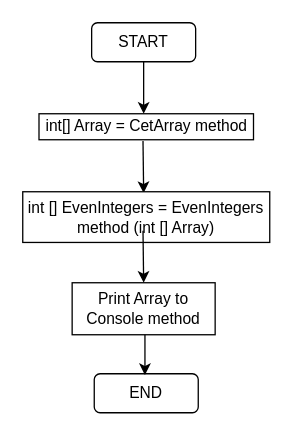
Before: 2021/BlockDiagram/Base_diagram.drawio in AbubakirovRA/FinalWork2021, a draw.io diagram. Source tidied: cells renumbered, new cells numbered last; positions are measured from the earlier drawing's top-left corner, leaving out a move shared by most shapes. Both pictures are drawn from the tidied source at 130%, with x=0, y=0 at pixel (22, 22).
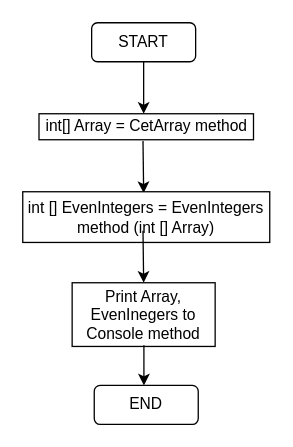
After the change.

Commit message (it also covers changes not shown here):
Add PrintArray_method diagram

What changed in the source:
```diff
@@
 <mxGraphModel>
   <root>
     <mxCell id="0" />
     <mxCell id="1" parent="0" />
     <mxCell id="2" value="START" style="rounded=1;whiteSpace=wrap;html=1;" parent="1" vertex="1">
       <mxGeometry x="53" width="80" height="30" as="geometry" />
     </mxCell>
     <mxCell id="3" style="endArrow=classic;html=1;exitX=0.5;exitY=1;exitDx=0;exitDy=0;" parent="1" edge="1" source="2">
       <mxGeometry relative="1" as="geometry">
         <mxPoint x="93" y="70" as="targetPoint" />
       </mxGeometry>
     </mxCell>
     <mxCell id="4" value="int[] Array = CetArray method" style="rounded=0;whiteSpace=wrap;html=1;" parent="1" vertex="1">
       <mxGeometry x="12.5" y="70" width="165" height="20" as="geometry" />
     </mxCell>
     <mxCell id="5" style="endArrow=classic;html=1;exitX=0.5;exitY=1;exitDx=0;exitDy=0;" parent="1" edge="1">
       <mxGeometry relative="1" as="geometry">
         <mxPoint x="92.5" y="91" as="sourcePoint" />
         <mxPoint x="92.5" y="131" as="targetPoint" />
         <Array as="points">
           <mxPoint x="93" y="131" />
         </Array>
       </mxGeometry>
     </mxCell>
     <mxCell id="6" value="int [] EvenIntegers = EvenIntegers method (int [] Array)" style="rounded=0;whiteSpace=wrap;html=1;" parent="1" vertex="1">
       <mxGeometry y="130" width="190" height="39" as="geometry" />
     </mxCell>
-    <mxCell id="7" value="Print Array to Console method" style="rounded=0;whiteSpace=wrap;html=1;" parent="1" vertex="1">
-      <mxGeometry x="38" y="200" width="110" height="40" as="geometry" />
+    <mxCell id="7" value="Print Array, EvenInegers to Console method" style="rounded=0;whiteSpace=wrap;html=1;" parent="1" vertex="1">
+      <mxGeometry x="38" y="200" width="110" height="49" as="geometry" />
     </mxCell>
     <mxCell id="8" style="endArrow=classic;html=1;exitX=0.5;exitY=1;exitDx=0;exitDy=0;" parent="1" edge="1">
       <mxGeometry relative="1" as="geometry">
         <mxPoint x="92.5" y="160" as="sourcePoint" />
         <mxPoint x="92.5" y="200" as="targetPoint" />
         <Array as="points">
           <mxPoint x="93" y="200" />
         </Array>
       </mxGeometry>
     </mxCell>
     <mxCell id="9" value="END" style="rounded=1;whiteSpace=wrap;html=1;" parent="1" vertex="1">
-      <mxGeometry x="55" y="270" width="80" height="30" as="geometry" />
+      <mxGeometry x="55" y="279" width="80" height="30" as="geometry" />
     </mxCell>
     <mxCell id="10" style="endArrow=classic;html=1;" parent="1" edge="1">
       <mxGeometry relative="1" as="geometry">
-        <mxPoint x="94" y="240" as="sourcePoint" />
-        <mxPoint x="93.5" y="271" as="targetPoint" />
+        <mxPoint x="93.2" y="248" as="sourcePoint" />
+        <mxPoint x="92.8" y="279" as="targetPoint" />
         <Array as="points">
-          <mxPoint x="94" y="271" />
+          <mxPoint x="93.2" y="279" />
         </Array>
       </mxGeometry>
     </mxCell>
   </root>
 </mxGraphModel>
```
